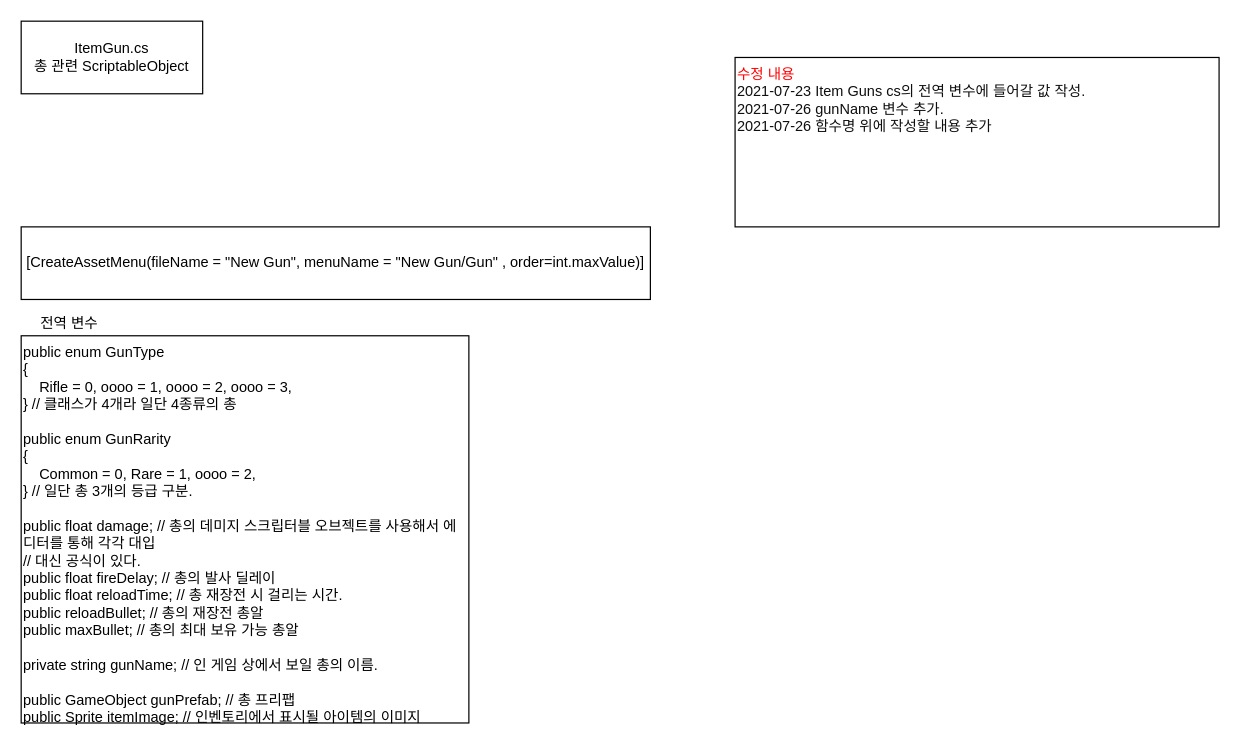
Before: FlowChart/ItemGun.drawio in BckLily/YeilMainProjectBackUp, a draw.io diagram. Source tidied: cells renumbered, new cells numbered last; positions are measured from the earlier drawing's top-left corner, leaving out a move shared by most shapes. Both pictures are drawn from the tidied source at 121%, with x=0, y=0 at pixel (21, 21).
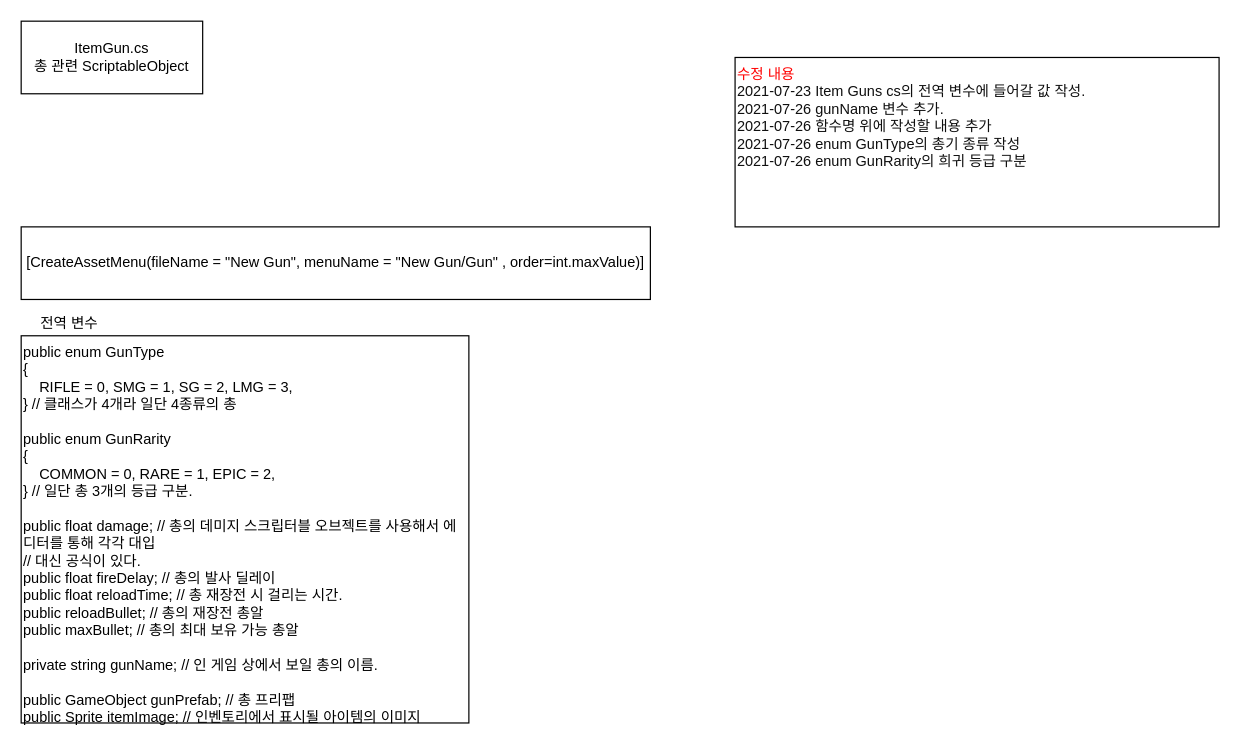
The same page after the edit.

Diff of the diagram source:
```diff
@@
 <mxGraphModel>
   <root>
     <mxCell id="0" />
     <mxCell id="1" parent="0" />
     <mxCell id="2" value="ItemGun.cs&lt;br&gt;총 관련 ScriptableObject" style="rounded=0;whiteSpace=wrap;html=1;" parent="1" vertex="1">
       <mxGeometry width="150" height="60" as="geometry" />
     </mxCell>
-    <mxCell id="3" value="public enum GunType&lt;br&gt;{&lt;br&gt;&amp;nbsp; &amp;nbsp; Rifle = 0, oooo = 1, oooo = 2, oooo = 3,&lt;br&gt;} // 클래스가 4개라 일단 4종류의 총&lt;br&gt;&lt;br&gt;public enum GunRarity&lt;br&gt;{&lt;br&gt;&amp;nbsp; &amp;nbsp; Common = 0, Rare = 1, oooo = 2,&lt;br&gt;} // 일단 총 3개의 등급 구분.&lt;br&gt;&lt;br&gt;public float damage; // 총의 데미지 스크립터블 오브젝트를 사용해서 에디터를 통해 각각 대입&lt;br&gt;// 대신 공식이 있다.&lt;br&gt;public float fireDelay; // 총의 발사 딜레이&lt;br&gt;public float reloadTime; // 총 재장전 시 걸리는 시간.&lt;br&gt;public reloadBullet; // 총의 재장전 총알&lt;br&gt;public maxBullet; // 총의 최대 보유 가능 총알&lt;br&gt;&lt;br&gt;private string gunName; // 인 게임 상에서 보일 총의 이름.&lt;br&gt;&lt;br&gt;public GameObject gunPrefab; // 총 프리팹&lt;br&gt;public Sprite itemImage; // 인벤토리에서 표시될 아이템의 이미지" style="rounded=0;whiteSpace=wrap;html=1;align=left;verticalAlign=top;" parent="1" vertex="1">
+    <mxCell id="3" value="public enum GunType&lt;br&gt;{&lt;br&gt;&amp;nbsp; &amp;nbsp; RIFLE = 0, SMG = 1, SG = 2, LMG = 3,&lt;br&gt;} // 클래스가 4개라 일단 4종류의 총&lt;br&gt;&lt;br&gt;public enum GunRarity&lt;br&gt;{&lt;br&gt;&amp;nbsp; &amp;nbsp; COMMON = 0, RARE = 1, EPIC = 2,&lt;br&gt;} // 일단 총 3개의 등급 구분.&lt;br&gt;&lt;br&gt;public float damage; // 총의 데미지 스크립터블 오브젝트를 사용해서 에디터를 통해 각각 대입&lt;br&gt;// 대신 공식이 있다.&lt;br&gt;public float fireDelay; // 총의 발사 딜레이&lt;br&gt;public float reloadTime; // 총 재장전 시 걸리는 시간.&lt;br&gt;public reloadBullet; // 총의 재장전 총알&lt;br&gt;public maxBullet; // 총의 최대 보유 가능 총알&lt;br&gt;&lt;br&gt;private string gunName; // 인 게임 상에서 보일 총의 이름.&lt;br&gt;&lt;br&gt;public GameObject gunPrefab; // 총 프리팹&lt;br&gt;public Sprite itemImage; // 인벤토리에서 표시될 아이템의 이미지" style="rounded=0;whiteSpace=wrap;html=1;align=left;verticalAlign=top;" parent="1" vertex="1">
       <mxGeometry y="260" width="370" height="320" as="geometry" />
     </mxCell>
     <mxCell id="4" value="전역 변수" style="text;html=1;strokeColor=none;fillColor=none;align=center;verticalAlign=middle;whiteSpace=wrap;rounded=0;" parent="1" vertex="1">
       <mxGeometry y="240" width="80" height="20" as="geometry" />
     </mxCell>
-    <mxCell id="5" value="&lt;font color=&quot;#ff0000&quot;&gt;수정 내용&lt;/font&gt;&lt;br&gt;&lt;font color=&quot;#0f0f0f&quot;&gt;2021-07-23 Item Guns cs의 전역 변수에 들어갈 값 작성.&lt;br&gt;2021-07-26 gunName 변수 추가.&lt;br&gt;2021-07-26 함수명 위에 작성할 내용 추가&lt;br&gt;&lt;/font&gt;" style="rounded=0;whiteSpace=wrap;html=1;align=left;verticalAlign=top;" parent="1" vertex="1">
+    <mxCell id="5" value="&lt;font color=&quot;#ff0000&quot;&gt;수정 내용&lt;/font&gt;&lt;br&gt;&lt;font color=&quot;#0f0f0f&quot;&gt;2021-07-23 Item Guns cs의 전역 변수에 들어갈 값 작성.&lt;br&gt;2021-07-26 gunName 변수 추가.&lt;br&gt;2021-07-26 함수명 위에 작성할 내용 추가&lt;br&gt;2021-07-26 enum GunType의 총기 종류 작성&lt;br&gt;2021-07-26 enum GunRarity의 희귀 등급 구분&lt;br&gt;&lt;/font&gt;" style="rounded=0;whiteSpace=wrap;html=1;align=left;verticalAlign=top;" parent="1" vertex="1">
       <mxGeometry x="590" y="30" width="400" height="140" as="geometry" />
     </mxCell>
     <mxCell id="6" value="[CreateAssetMenu(fileName = &quot;New Gun&quot;, menuName = &quot;New Gun/Gun&quot; , order=int.maxValue)]" style="whiteSpace=wrap;html=1;" parent="1" vertex="1">
       <mxGeometry y="170" width="520" height="60" as="geometry" />
     </mxCell>
   </root>
 </mxGraphModel>
```
